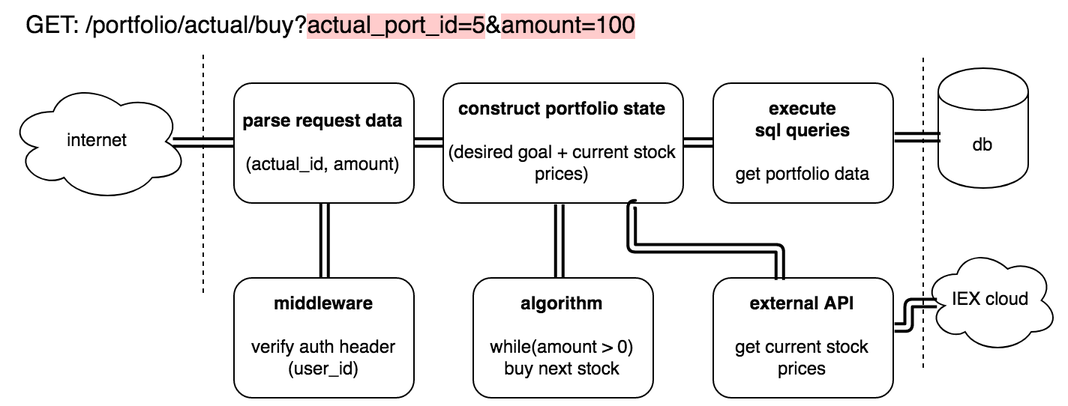
Above: design_lifetimes_actual1.png in toidiu/talk_rust_belt_rust_2019 (draw.io), before the change. Source tidied: cells renumbered, new cells last; positions are measured from the earlier drawing's top-left corner, leaving out a move shared by most shapes.
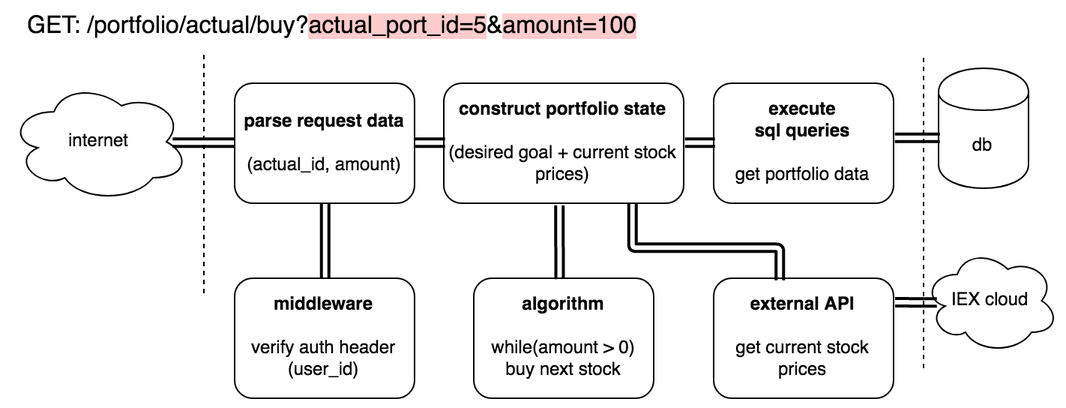
After the change.

What changed in the source:
```diff
@@ -47,7 +47,7 @@
     <mxCell id="14" style="endArrow=classic;startArrow=classic;html=1;strokeColor=#000000;strokeWidth=2;fontSize=16;fontColor=#000000;edgeStyle=orthogonalEdgeStyle;entryX=0.5;entryY=1;entryDx=0;entryDy=0;exitX=0.5;exitY=0;exitDx=0;exitDy=0;shape=link;" parent="1" edge="1" source="7" target="4">
       <mxGeometry relative="1" as="geometry" />
     </mxCell>
-    <mxCell id="15" style="endArrow=classic;startArrow=classic;html=1;strokeColor=#000000;strokeWidth=2;fontSize=16;fontColor=#000000;edgeStyle=orthogonalEdgeStyle;entryX=0.482;entryY=1.017;entryDx=0;entryDy=0;exitX=0.477;exitY=0.007;exitDx=0;exitDy=0;entryPerimeter=0;exitPerimeter=0;shape=link;" parent="1" edge="1" source="9" target="8">
+    <mxCell id="15" style="endArrow=classic;startArrow=classic;html=1;strokeColor=#000000;strokeWidth=2;fontSize=16;fontColor=#000000;entryX=0.482;entryY=1.017;entryDx=0;entryDy=0;exitX=0.477;exitY=0.007;exitDx=0;exitDy=0;entryPerimeter=0;exitPerimeter=0;shape=link;" parent="1" edge="1" source="9" target="8">
       <mxGeometry relative="1" as="geometry" />
     </mxCell>
     <mxCell id="16" style="endArrow=classic;startArrow=classic;html=1;strokeColor=#000000;strokeWidth=2;fontSize=16;fontColor=#000000;edgeStyle=orthogonalEdgeStyle;entryX=0;entryY=0.5;entryDx=0;entryDy=0;exitX=1;exitY=0.5;exitDx=0;exitDy=0;shape=link;" parent="1" edge="1" source="8" target="10">
@@ -70,8 +70,10 @@
     <mxCell id="20" value="IEX cloud" style="ellipse;shape=cloud;whiteSpace=wrap;html=1;" parent="1" vertex="1">
       <mxGeometry x="610" y="160" width="90" height="70" as="geometry" />
     </mxCell>
-    <mxCell id="21" style="endArrow=classic;startArrow=classic;html=1;strokeColor=#000000;strokeWidth=2;fontSize=16;fontColor=#000000;edgeStyle=orthogonalEdgeStyle;exitX=1.012;exitY=0.415;exitDx=0;exitDy=0;shape=link;exitPerimeter=0;entryX=0.099;entryY=0.517;entryDx=0;entryDy=0;entryPerimeter=0;" parent="1" edge="1" source="18" target="20">
-      <mxGeometry relative="1" as="geometry" />
+    <mxCell id="21" style="endArrow=classic;startArrow=classic;html=1;strokeColor=#000000;strokeWidth=2;fontSize=16;fontColor=#000000;shape=link;entryX=0.099;entryY=0.517;entryDx=0;entryDy=0;entryPerimeter=0;" parent="1" edge="1" target="20">
+      <mxGeometry relative="1" as="geometry">
+        <mxPoint x="591" y="196" as="sourcePoint" />
+      </mxGeometry>
     </mxCell>
   </root>
 </mxGraphModel>
```
